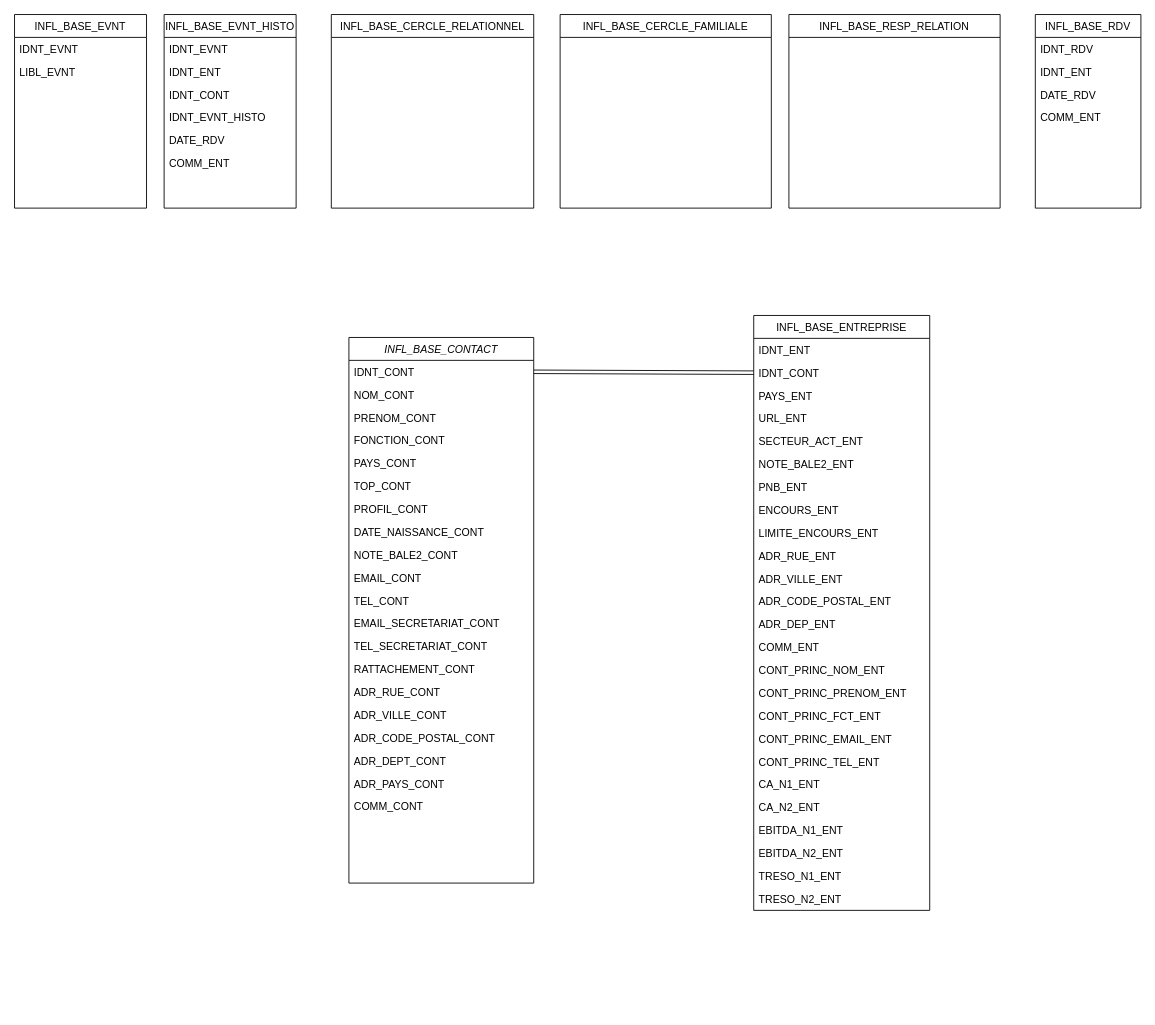
edou01/draw keeps this draw.io diagram as Diagramme sans nom.drawio. Above is the earlier version. Source tidied: cells renumbered, new cells numbered last; positions are measured from the earlier drawing's top-left corner, leaving out a move shared by most shapes. Both pictures are drawn from the tidied source at 88%, with x=0, y=0 at pixel (14, 14).
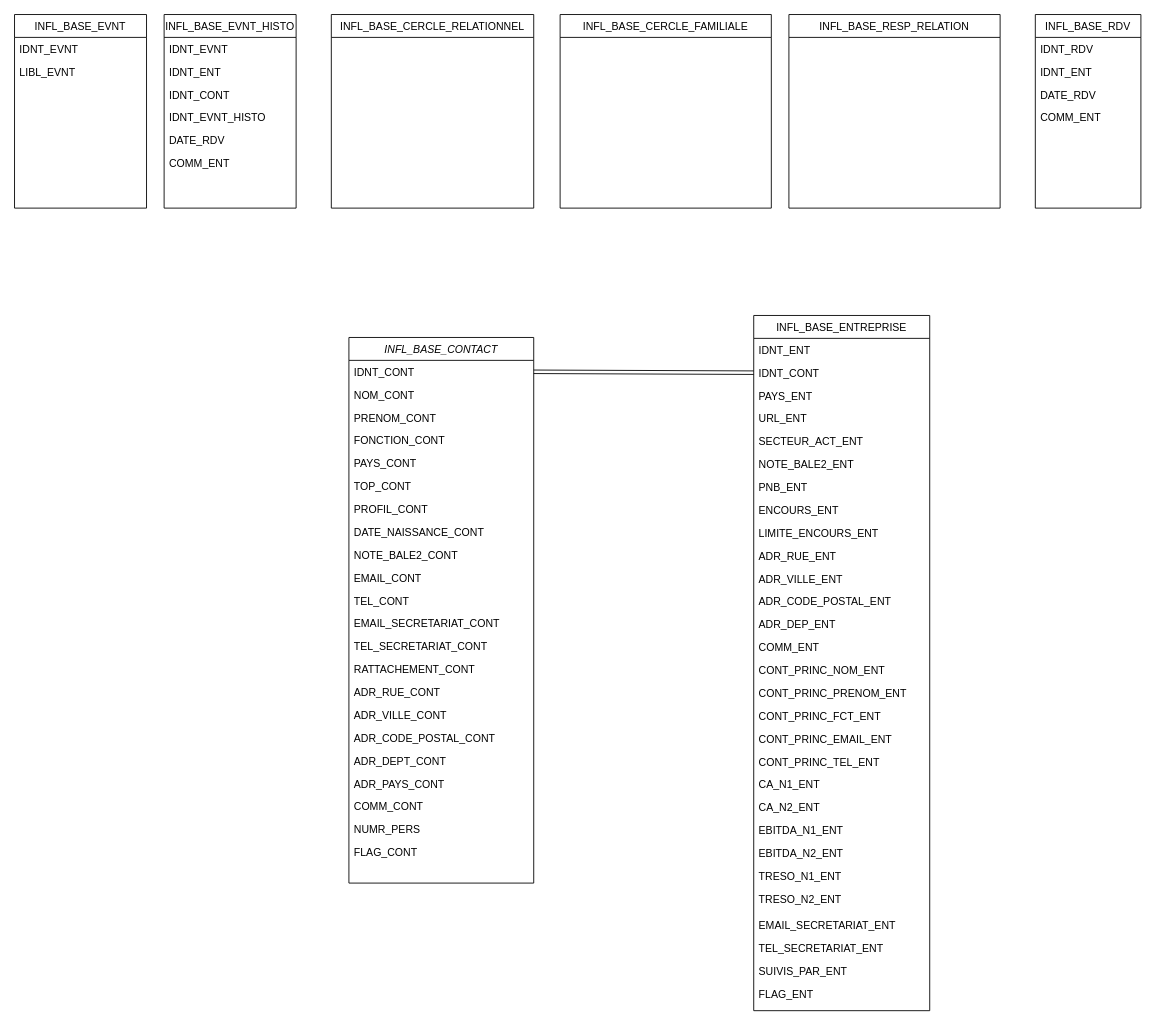
Above is the later version.

Commit message:
Mettre à jour Diagramme sans nom.drawio

Unchanged cells that the change refers to:
```xml
<mxCell id="2" value="INFL_BASE_CONTACT" style="swimlane;fontStyle=2;align=center;verticalAlign=top;horizontal=1;startSize=26;rounded=0;shadow=0;strokeWidth=1;" parent="1" vertex="1">
  <mxGeometry x="380" y="367" width="210" height="620" as="geometry" />
</mxCell>
```

Diff of the diagram source:
```diff
@@
+    <mxCell id="68" value="NUMR_PERS" style="text;align=left;verticalAlign=top;spacingLeft=4;spacingRight=4;overflow=hidden;rounded=0;shadow=0;html=0;" parent="2" vertex="1">
+      <mxGeometry y="546" width="210" height="26" as="geometry" />
+    </mxCell>
+    <mxCell id="69" value="FLAG_CONT" style="text;align=left;verticalAlign=top;spacingLeft=4;spacingRight=4;overflow=hidden;rounded=0;shadow=0;html=0;" parent="2" vertex="1">
+      <mxGeometry y="572" width="210" height="26" as="geometry" />
+    </mxCell>
@@
     <mxCell id="28" value="INFL_BASE_ENTREPRISE" style="swimlane;fontStyle=0;align=center;verticalAlign=top;horizontal=1;startSize=26;rounded=0;shadow=0;strokeWidth=1;" parent="1" vertex="1">
-      <mxGeometry x="840" y="342" width="200" height="676" as="geometry" />
+      <mxGeometry x="840" y="342" width="200" height="790" as="geometry" />
     </mxCell>
@@
     <mxCell id="53" value="TRESO_N2_ENT" style="text;align=left;verticalAlign=top;spacingLeft=4;spacingRight=4;overflow=hidden;rounded=0;shadow=0;html=0;" parent="28" vertex="1">
-      <mxGeometry y="650" width="200" height="26" as="geometry" />
+      <mxGeometry y="650" width="200" height="30" as="geometry" />
     </mxCell>
+    <mxCell id="70" value="EMAIL_SECRETARIAT_ENT" style="text;align=left;verticalAlign=top;spacingLeft=4;spacingRight=4;overflow=hidden;rounded=0;shadow=0;html=0;" parent="28" vertex="1">
+      <mxGeometry y="680" width="200" height="26" as="geometry" />
+    </mxCell>
+    <mxCell id="71" value="TEL_SECRETARIAT_ENT" style="text;align=left;verticalAlign=top;spacingLeft=4;spacingRight=4;overflow=hidden;rounded=0;shadow=0;html=0;" parent="28" vertex="1">
+      <mxGeometry y="706" width="200" height="26" as="geometry" />
+    </mxCell>
+    <mxCell id="72" value="SUIVIS_PAR_ENT" style="text;align=left;verticalAlign=top;spacingLeft=4;spacingRight=4;overflow=hidden;rounded=0;shadow=0;html=0;" parent="28" vertex="1">
+      <mxGeometry y="732" width="200" height="26" as="geometry" />
+    </mxCell>
+    <mxCell id="73" value="FLAG_ENT" style="text;align=left;verticalAlign=top;spacingLeft=4;spacingRight=4;overflow=hidden;rounded=0;shadow=0;html=0;" parent="28" vertex="1">
+      <mxGeometry y="758" width="200" height="26" as="geometry" />
+    </mxCell>
```
